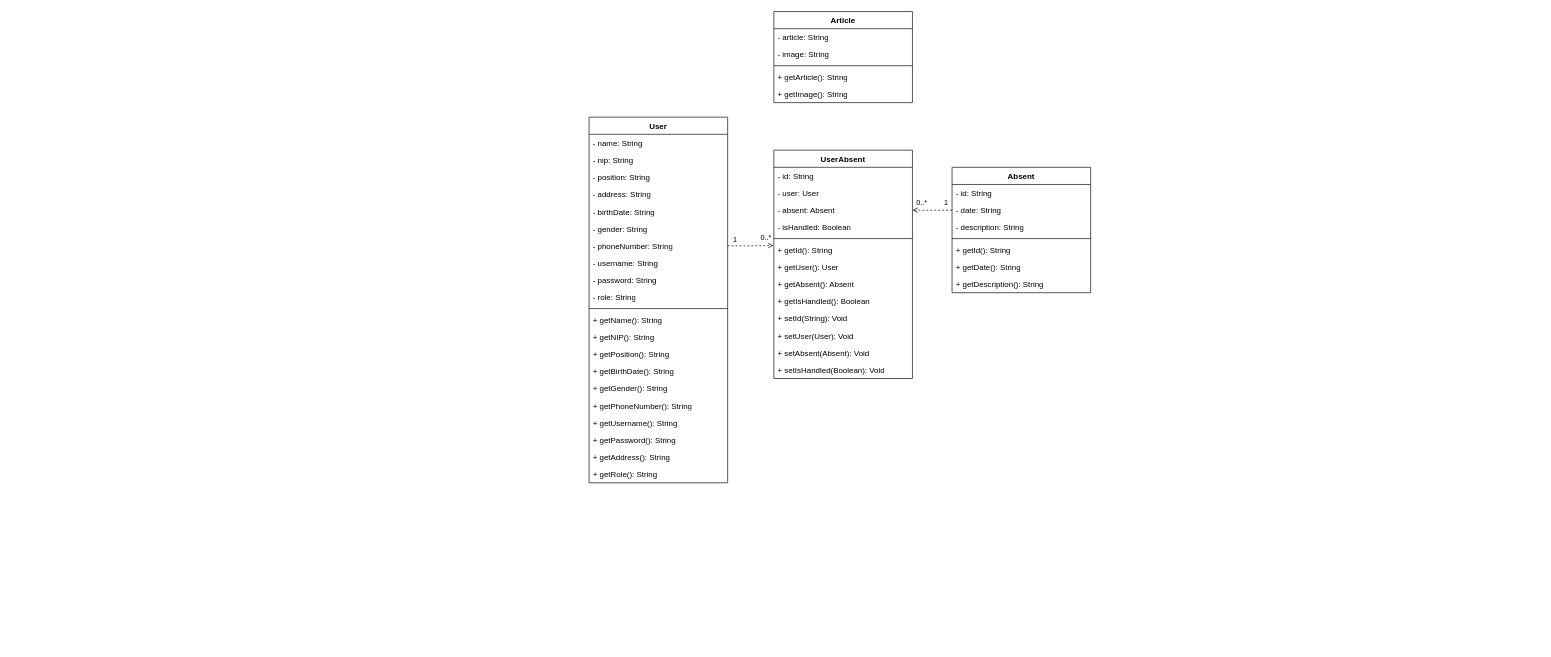
The draw.io diagram Untitled Diagram.drawio in codetron21/diagram-presensi, before the edit. Source tidied: cells renumbered, new cells numbered last; positions are measured from the earlier drawing's top-left corner, leaving out a move shared by most shapes. Both pictures are drawn from the tidied source at 66%, with x=0, y=0 at pixel (589, 11).
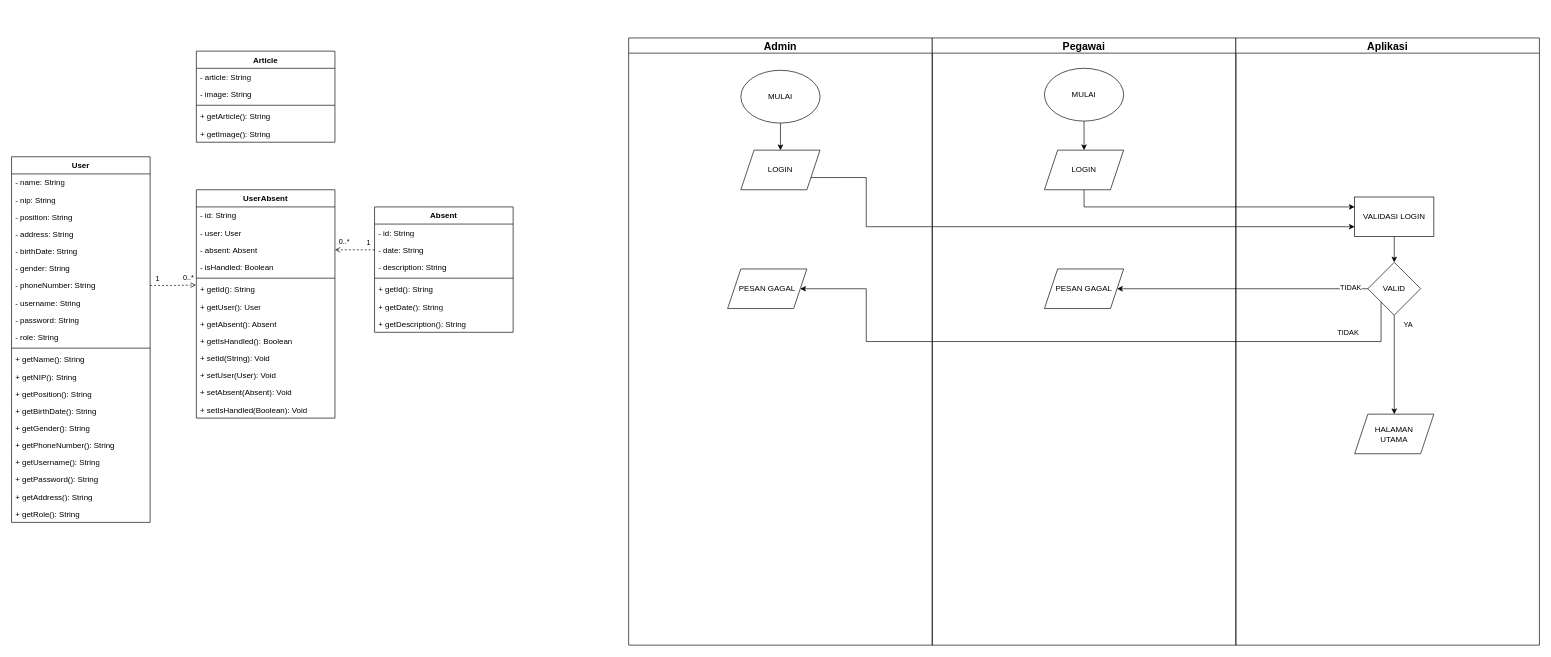
Above is the later version.

Unchanged cells that the change refers to:
```xml
<mxCell id="9" value="-&amp;nbsp;phoneNumber&lt;span style=&quot;background-color: initial;&quot;&gt;: String&lt;/span&gt;" style="text;strokeColor=none;fillColor=none;align=left;verticalAlign=top;spacingLeft=4;spacingRight=4;overflow=hidden;points=[[0,0.5],[1,0.5]];portConstraint=eastwest;whiteSpace=wrap;html=1;" parent="2" vertex="1">
  <mxGeometry y="182" width="210" height="26" as="geometry" />
</mxCell>
<mxCell id="26" value="-&amp;nbsp;date&lt;span style=&quot;background-color: initial;&quot;&gt;: String&lt;/span&gt;" style="text;strokeColor=none;fillColor=none;align=left;verticalAlign=top;spacingLeft=4;spacingRight=4;overflow=hidden;points=[[0,0.5],[1,0.5]];portConstraint=eastwest;whiteSpace=wrap;html=1;" parent="24" vertex="1">
  <mxGeometry y="52" width="210" height="26" as="geometry" />
</mxCell>
<mxCell id="41" value="-&amp;nbsp;absent&lt;span style=&quot;background-color: initial;&quot;&gt;: Absent&lt;/span&gt;" style="text;strokeColor=none;fillColor=none;align=left;verticalAlign=top;spacingLeft=4;spacingRight=4;overflow=hidden;points=[[0,0.5],[1,0.5]];portConstraint=eastwest;whiteSpace=wrap;html=1;" parent="38" vertex="1">
  <mxGeometry y="78" width="210" height="26" as="geometry" />
</mxCell>
<mxCell id="44" value="+ getId(): String" style="text;strokeColor=none;fillColor=none;align=left;verticalAlign=top;spacingLeft=4;spacingRight=4;overflow=hidden;points=[[0,0.5],[1,0.5]];portConstraint=eastwest;whiteSpace=wrap;html=1;" parent="38" vertex="1">
  <mxGeometry y="138" width="210" height="26" as="geometry" />
</mxCell>
```

What changed in the source:
```diff
@@
+    <mxCell id="58" value="&lt;font style=&quot;font-size: 16px;&quot;&gt;Admin&lt;/font&gt;" style="swimlane;whiteSpace=wrap;html=1;" parent="1" vertex="1">
+      <mxGeometry x="60" y="40" width="460" height="920" as="geometry" />
+    </mxCell>
+    <mxCell id="59" style="edgeStyle=orthogonalEdgeStyle;rounded=0;jettySize=auto;html=1;" parent="58" edge="1" source="60" target="61">
+      <mxGeometry relative="1" as="geometry" />
+    </mxCell>
+    <mxCell id="60" value="MULAI" style="ellipse;whiteSpace=wrap;html=1;" parent="58" vertex="1">
+      <mxGeometry x="170" y="49" width="120" height="80" as="geometry" />
+    </mxCell>
+    <mxCell id="61" value="LOGIN" style="shape=parallelogram;perimeter=parallelogramPerimeter;whiteSpace=wrap;html=1;fixedSize=1;" parent="58" vertex="1">
+      <mxGeometry x="170" y="170" width="120" height="60" as="geometry" />
+    </mxCell>
+    <mxCell id="62" value="PESAN GAGAL" style="shape=parallelogram;perimeter=parallelogramPerimeter;whiteSpace=wrap;html=1;fixedSize=1;" parent="58" vertex="1">
+      <mxGeometry x="150" y="350" width="120" height="60" as="geometry" />
+    </mxCell>
+    <mxCell id="63" value="&lt;font style=&quot;font-size: 16px;&quot;&gt;Pegawai&lt;/font&gt;" style="swimlane;whiteSpace=wrap;html=1;" parent="1" vertex="1">
+      <mxGeometry x="520" y="40" width="460" height="920" as="geometry" />
+    </mxCell>
+    <mxCell id="64" value="MULAI" style="ellipse;whiteSpace=wrap;html=1;" parent="63" vertex="1">
+      <mxGeometry x="170" y="46" width="120" height="80" as="geometry" />
+    </mxCell>
+    <mxCell id="65" value="PESAN GAGAL" style="shape=parallelogram;perimeter=parallelogramPerimeter;whiteSpace=wrap;html=1;fixedSize=1;" parent="63" vertex="1">
+      <mxGeometry x="170" y="350" width="120" height="60" as="geometry" />
+    </mxCell>
+    <mxCell id="66" value="&lt;span style=&quot;font-size: 16px;&quot;&gt;Aplikasi&lt;/span&gt;" style="swimlane;whiteSpace=wrap;html=1;" parent="1" vertex="1">
+      <mxGeometry x="980" y="40" width="460" height="920" as="geometry" />
+    </mxCell>
+    <mxCell id="67" style="edgeStyle=orthogonalEdgeStyle;rounded=0;jettySize=auto;html=1;exitX=0.5;exitY=1;exitDx=0;exitDy=0;entryX=0.5;entryY=0;entryDx=0;entryDy=0;" parent="66" edge="1" source="68" target="71">
+      <mxGeometry relative="1" as="geometry" />
+    </mxCell>
+    <mxCell id="68" value="VALIDASI LOGIN" style="rounded=0;whiteSpace=wrap;html=1;" parent="66" vertex="1">
+      <mxGeometry x="180" y="241" width="120" height="60" as="geometry" />
+    </mxCell>
+    <mxCell id="69" style="edgeStyle=orthogonalEdgeStyle;rounded=0;jettySize=auto;html=1;entryX=0.5;entryY=0;entryDx=0;entryDy=0;" parent="66" edge="1" source="71" target="72">
+      <mxGeometry relative="1" as="geometry" />
+    </mxCell>
+    <mxCell id="70" value="YA" style="edgeLabel;html=1;align=center;verticalAlign=middle;" parent="69" vertex="1">
+      <mxGeometry x="0.09" y="2" relative="1" as="geometry">
+        <mxPoint x="18" y="-69" as="offset" />
+      </mxGeometry>
+    </mxCell>
+    <mxCell id="71" value="VALID" style="rhombus;whiteSpace=wrap;html=1;" parent="66" vertex="1">
+      <mxGeometry x="200" y="340" width="80" height="80" as="geometry" />
+    </mxCell>
+    <mxCell id="72" value="HALAMAN &lt;br&gt;UTAMA" style="shape=parallelogram;perimeter=parallelogramPerimeter;whiteSpace=wrap;html=1;fixedSize=1;" parent="66" vertex="1">
+      <mxGeometry x="180" y="570" width="120" height="60" as="geometry" />
+    </mxCell>
+    <mxCell id="73" style="group;" parent="1" vertex="1">
+      <mxGeometry x="-875" y="60" width="760" height="714" as="geometry" />
+    </mxCell>
-    <mxCell id="2" value="User" style="swimlane;fontStyle=1;align=center;verticalAlign=top;horizontal=1;startSize=26;whiteSpace=wrap;html=1;" parent="1" vertex="1">
+    <mxCell id="2" value="User" style="swimlane;fontStyle=1;align=center;verticalAlign=top;horizontal=1;startSize=26;whiteSpace=wrap;html=1;" parent="73" vertex="1">
       <mxGeometry y="160" width="210" height="554" as="geometry" />
     </mxCell>
@@
-    <mxCell id="24" value="Absent" style="swimlane;fontStyle=1;align=center;verticalAlign=top;horizontal=1;startSize=26;whiteSpace=wrap;html=1;" parent="1" vertex="1">
+    <mxCell id="24" value="Absent" style="swimlane;fontStyle=1;align=center;verticalAlign=top;horizontal=1;startSize=26;whiteSpace=wrap;html=1;" parent="73" vertex="1">
       <mxGeometry x="550" y="236" width="210" height="190" as="geometry" />
     </mxCell>
@@
-    <mxCell id="32" value="Article" style="swimlane;fontStyle=1;align=center;verticalAlign=top;horizontal=1;startSize=26;whiteSpace=wrap;html=1;" parent="1" vertex="1">
+    <mxCell id="32" value="Article" style="swimlane;fontStyle=1;align=center;verticalAlign=top;horizontal=1;startSize=26;whiteSpace=wrap;html=1;" parent="73" vertex="1">
       <mxGeometry x="280" width="210" height="138" as="geometry" />
     </mxCell>
@@
-    <mxCell id="38" value="UserAbsent" style="swimlane;fontStyle=1;align=center;verticalAlign=top;horizontal=1;startSize=26;whiteSpace=wrap;html=1;" parent="1" vertex="1">
+    <mxCell id="38" value="UserAbsent" style="swimlane;fontStyle=1;align=center;verticalAlign=top;horizontal=1;startSize=26;whiteSpace=wrap;html=1;" parent="73" vertex="1">
       <mxGeometry x="280" y="210" width="210" height="346" as="geometry" />
     </mxCell>
@@
-    <mxCell id="52" style="edgeStyle=orthogonalEdgeStyle;rounded=0;jettySize=auto;html=1;exitX=1;exitY=0.5;exitDx=0;exitDy=0;entryX=-0.003;entryY=0.247;entryDx=0;entryDy=0;entryPerimeter=0;dashed=1;endArrow=open;endFill=0;" parent="1" edge="1" source="9" target="44">
+    <mxCell id="52" style="edgeStyle=orthogonalEdgeStyle;rounded=0;jettySize=auto;html=1;exitX=1;exitY=0.5;exitDx=0;exitDy=0;entryX=-0.003;entryY=0.247;entryDx=0;entryDy=0;entryPerimeter=0;dashed=1;endArrow=open;endFill=0;" parent="73" edge="1" source="9" target="44">
       <mxGeometry relative="1" as="geometry" />
     </mxCell>
@@
-    <mxCell id="55" style="edgeStyle=orthogonalEdgeStyle;rounded=0;jettySize=auto;html=1;exitX=0;exitY=0.5;exitDx=0;exitDy=0;entryX=1;entryY=0.5;entryDx=0;entryDy=0;endArrow=open;endFill=0;dashed=1;" parent="1" edge="1" source="26" target="41">
+    <mxCell id="55" style="edgeStyle=orthogonalEdgeStyle;rounded=0;jettySize=auto;html=1;exitX=0;exitY=0.5;exitDx=0;exitDy=0;entryX=1;entryY=0.5;entryDx=0;entryDy=0;endArrow=open;endFill=0;dashed=1;" parent="73" edge="1" source="26" target="41">
       <mxGeometry relative="1" as="geometry" />
     </mxCell>
@@
+    <mxCell id="74" style="edgeStyle=orthogonalEdgeStyle;rounded=0;jettySize=auto;html=1;exitX=0.5;exitY=1;exitDx=0;exitDy=0;entryX=0;entryY=0.25;entryDx=0;entryDy=0;" parent="1" edge="1" source="75" target="68">
+      <mxGeometry relative="1" as="geometry" />
+    </mxCell>
+    <mxCell id="75" value="LOGIN" style="shape=parallelogram;perimeter=parallelogramPerimeter;whiteSpace=wrap;html=1;fixedSize=1;" parent="1" vertex="1">
+      <mxGeometry x="690" y="210" width="120" height="60" as="geometry" />
+    </mxCell>
+    <mxCell id="76" style="edgeStyle=orthogonalEdgeStyle;rounded=0;jettySize=auto;html=1;" parent="1" edge="1" source="64" target="75">
+      <mxGeometry relative="1" as="geometry" />
+    </mxCell>
+    <mxCell id="77" style="edgeStyle=orthogonalEdgeStyle;rounded=0;jettySize=auto;html=1;exitX=1;exitY=0.75;exitDx=0;exitDy=0;entryX=0;entryY=0.75;entryDx=0;entryDy=0;" parent="1" edge="1" source="61" target="68">
+      <mxGeometry relative="1" as="geometry">
+        <Array as="points">
+          <mxPoint x="420" y="251" />
+          <mxPoint x="420" y="326" />
+        </Array>
+      </mxGeometry>
+    </mxCell>
+    <mxCell id="78" style="edgeStyle=orthogonalEdgeStyle;rounded=0;jettySize=auto;html=1;exitX=0;exitY=0.5;exitDx=0;exitDy=0;entryX=1;entryY=0.5;entryDx=0;entryDy=0;" parent="1" edge="1" source="71" target="65">
+      <mxGeometry relative="1" as="geometry" />
+    </mxCell>
+    <mxCell id="79" value="TIDAK" style="edgeLabel;html=1;align=center;verticalAlign=middle;" parent="78" vertex="1">
+      <mxGeometry x="-0.86" y="-2" relative="1" as="geometry" />
+    </mxCell>
+    <mxCell id="80" style="edgeStyle=orthogonalEdgeStyle;rounded=0;jettySize=auto;html=1;exitX=0;exitY=1;exitDx=0;exitDy=0;entryX=1;entryY=0.5;entryDx=0;entryDy=0;" parent="1" edge="1" source="71" target="62">
+      <mxGeometry relative="1" as="geometry">
+        <Array as="points">
+          <mxPoint x="1200" y="500" />
+          <mxPoint x="420" y="500" />
+          <mxPoint x="420" y="420" />
+        </Array>
+      </mxGeometry>
+    </mxCell>
+    <mxCell id="81" value="TIDAK" style="edgeLabel;html=1;align=center;verticalAlign=middle;" parent="80" vertex="1">
+      <mxGeometry x="-0.71" y="4" relative="1" as="geometry">
+        <mxPoint x="37" y="-18" as="offset" />
+      </mxGeometry>
+    </mxCell>
```
